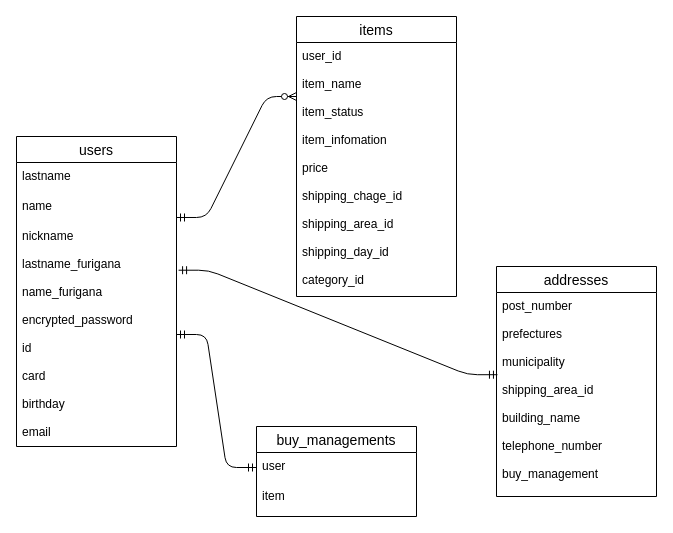
Above: test.dio in Hiroyuki0083/furima-32367 (draw.io), before the change. Source tidied: cells renumbered, new cells numbered last; positions are measured from the earlier drawing's top-left corner, leaving out a move shared by most shapes. Both pictures are drawn from the tidied source at 100%, with x=0, y=0 at pixel (16, 16).
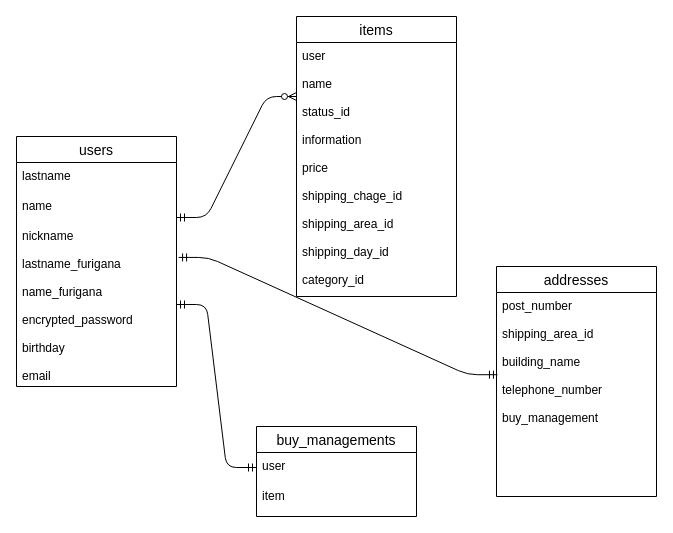
After the change.

What changed in the source:
```diff
@@
 <mxGraphModel>
   <root>
     <mxCell id="0" />
     <mxCell id="1" parent="0" />
     <mxCell id="2" value="users" style="swimlane;fontStyle=0;horizontal=1;startSize=26;align=center;fontSize=14;" parent="1" vertex="1">
-      <mxGeometry y="120" width="160" height="310" as="geometry" />
+      <mxGeometry y="120" width="160" height="250" as="geometry" />
     </mxCell>
     <mxCell id="3" value="lastname" style="text;strokeColor=none;fillColor=none;spacingLeft=4;spacingRight=4;overflow=hidden;fontSize=12;" parent="2" vertex="1">
       <mxGeometry y="26" width="160" height="30" as="geometry" />
     </mxCell>
     <mxCell id="4" value="name" style="text;strokeColor=none;fillColor=none;spacingLeft=4;spacingRight=4;overflow=hidden;points=[[0,0.5],[1,0.5]];portConstraint=eastwest;fontSize=12;" parent="2" vertex="1">
       <mxGeometry y="56" width="160" height="30" as="geometry" />
     </mxCell>
-    <mxCell id="5" value="nickname&#10;&#10;lastname_furigana&#10;&#10;name_furigana&#10;&#10;encrypted_password&#10;&#10;id&#10;&#10;card&#10;&#10;birthday&#10;&#10;email" style="text;strokeColor=none;fillColor=none;spacingLeft=4;spacingRight=4;overflow=hidden;points=[[0,0.5],[1,0.5]];portConstraint=eastwest;fontSize=12;" parent="2" vertex="1">
-      <mxGeometry y="86" width="160" height="224" as="geometry" />
+    <mxCell id="5" value="nickname&#10;&#10;lastname_furigana&#10;&#10;name_furigana&#10;&#10;encrypted_password&#10;&#10;birthday&#10;&#10;email" style="text;strokeColor=none;fillColor=none;spacingLeft=4;spacingRight=4;overflow=hidden;points=[[0,0.5],[1,0.5]];portConstraint=eastwest;fontSize=12;" parent="2" vertex="1">
+      <mxGeometry y="86" width="160" height="164" as="geometry" />
     </mxCell>
     <mxCell id="6" value="buy_managements" style="swimlane;fontStyle=0;horizontal=1;startSize=26;align=center;fontSize=14;" parent="1" vertex="1">
       <mxGeometry x="240" y="410" width="160" height="90" as="geometry" />
     </mxCell>
     <mxCell id="7" value="user" style="text;strokeColor=none;fillColor=none;spacingLeft=4;spacingRight=4;overflow=hidden;points=[[0,0.5],[1,0.5]];portConstraint=eastwest;fontSize=12;" parent="6" vertex="1">
       <mxGeometry y="26" width="160" height="30" as="geometry" />
     </mxCell>
     <mxCell id="8" value="item" style="text;strokeColor=none;fillColor=none;spacingLeft=4;spacingRight=4;overflow=hidden;fontSize=12;" parent="6" vertex="1">
       <mxGeometry y="56" width="160" height="34" as="geometry" />
     </mxCell>
     <mxCell id="9" value="items" style="swimlane;fontStyle=0;horizontal=1;startSize=26;align=center;fontSize=14;" parent="1" vertex="1">
       <mxGeometry x="280" width="160" height="280" as="geometry" />
     </mxCell>
-    <mxCell id="10" value="user_id&#10;&#10;item_name&#10;&#10;item_status&#10;&#10;item_infomation&#10;&#10;price&#10;&#10;shipping_chage_id&#10;&#10;shipping_area_id&#10;&#10;shipping_day_id&#10;&#10;category_id" style="text;strokeColor=none;fillColor=none;spacingLeft=4;spacingRight=4;overflow=hidden;fontSize=12;" parent="9" vertex="1">
+    <mxCell id="10" value="user&#10;&#10;name&#10;&#10;status_id&#10;&#10;information&#10;&#10;price&#10;&#10;shipping_chage_id&#10;&#10;shipping_area_id&#10;&#10;shipping_day_id&#10;&#10;category_id" style="text;strokeColor=none;fillColor=none;spacingLeft=4;spacingRight=4;overflow=hidden;fontSize=12;" parent="9" vertex="1">
       <mxGeometry y="26" width="160" height="254" as="geometry" />
     </mxCell>
     <mxCell id="11" style="edgeStyle=entityRelationEdgeStyle;fontSize=12;html=1;endArrow=ERzeroToMany;startArrow=ERmandOne;exitX=1;exitY=0.833;exitDx=0;exitDy=0;exitPerimeter=0;" parent="1" edge="1" source="4">
       <mxGeometry relative="1" as="geometry">
         <mxPoint x="280" y="80" as="targetPoint" />
       </mxGeometry>
     </mxCell>
     <mxCell id="12" style="edgeStyle=entityRelationEdgeStyle;fontSize=12;html=1;endArrow=ERmandOne;startArrow=ERmandOne;entryX=0;entryY=0.5;entryDx=0;entryDy=0;" parent="1" edge="1" source="5" target="7">
       <mxGeometry relative="1" as="geometry" />
     </mxCell>
     <mxCell id="13" value="addresses" style="swimlane;fontStyle=0;horizontal=1;startSize=26;align=center;fontSize=14;" parent="1" vertex="1">
       <mxGeometry x="480" y="250" width="160" height="230" as="geometry" />
     </mxCell>
-    <mxCell id="14" value="post_number&#10;&#10;prefectures&#10;&#10;municipality&#10;&#10;shipping_area_id&#10;&#10;building_name&#10;&#10;telephone_number&#10;&#10;buy_management" style="text;strokeColor=none;fillColor=none;spacingLeft=4;spacingRight=4;overflow=hidden;points=[[0,0.5],[1,0.5]];portConstraint=eastwest;fontSize=12;" parent="13" vertex="1">
+    <mxCell id="14" value="post_number&#10;&#10;shipping_area_id&#10;&#10;building_name&#10;&#10;telephone_number&#10;&#10;buy_management" style="text;strokeColor=none;fillColor=none;spacingLeft=4;spacingRight=4;overflow=hidden;points=[[0,0.5],[1,0.5]];portConstraint=eastwest;fontSize=12;" parent="13" vertex="1">
       <mxGeometry y="26" width="160" height="204" as="geometry" />
     </mxCell>
     <mxCell id="15" style="edgeStyle=entityRelationEdgeStyle;fontSize=12;html=1;endArrow=ERmandOne;startArrow=ERmandOne;entryX=0.006;entryY=0.403;entryDx=0;entryDy=0;entryPerimeter=0;exitX=1.013;exitY=0.213;exitDx=0;exitDy=0;exitPerimeter=0;" parent="1" edge="1" source="5" target="14">
       <mxGeometry relative="1" as="geometry" />
     </mxCell>
   </root>
 </mxGraphModel>
```
